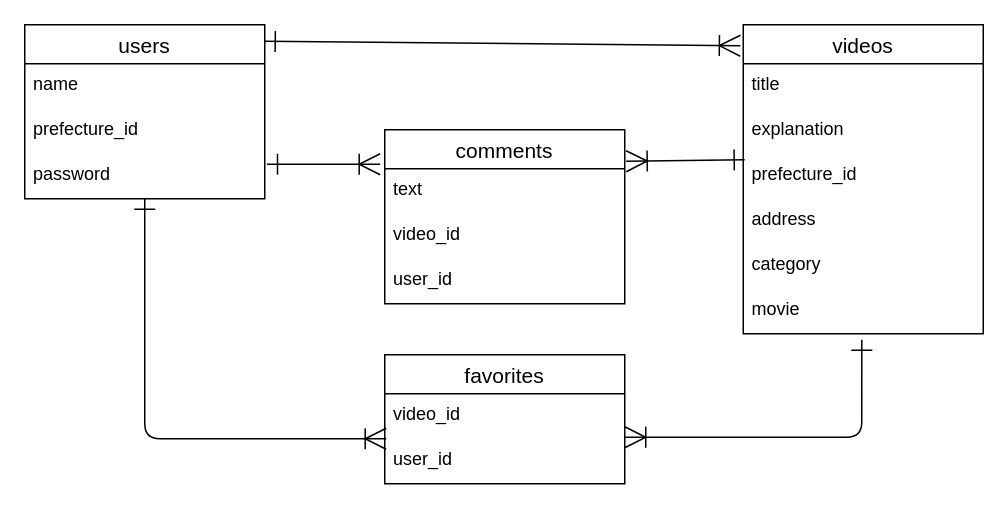
Above: er.dio in hm19890304/video-traveler (draw.io), before the change. Source tidied: cells renumbered, new cells numbered last; positions are measured from the earlier drawing's top-left corner, leaving out a move shared by most shapes. Both pictures are drawn from the tidied source at 150%, with x=0, y=0 at pixel (24, 24).
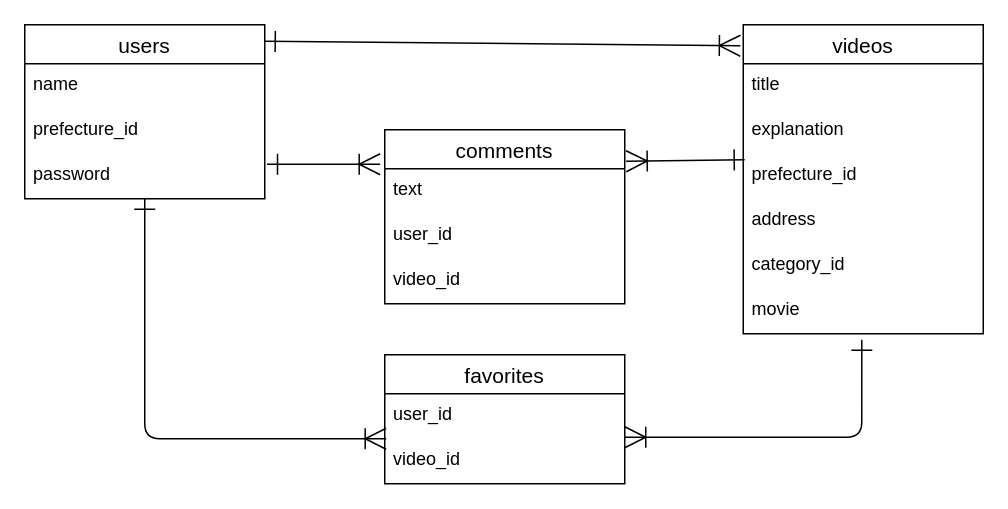
Above is the later version.

Unchanged cells that the change refers to:
```xml
<mxCell id="7" value="videos" style="swimlane;fontStyle=0;horizontal=1;startSize=26;align=center;fontSize=14;" parent="1" vertex="1">
  <mxGeometry x="479" width="160" height="206" as="geometry" />
</mxCell>
<mxCell id="14" value="comments" style="swimlane;fontStyle=0;horizontal=1;startSize=26;align=center;fontSize=14;" parent="1" vertex="1">
  <mxGeometry x="240" y="70" width="160" height="116" as="geometry" />
</mxCell>
<mxCell id="19" value="favorites" style="swimlane;fontStyle=0;horizontal=1;startSize=26;align=center;fontSize=14;" parent="1" vertex="1">
  <mxGeometry x="240" y="220" width="160" height="86" as="geometry" />
</mxCell>
```

Diff of the diagram source:
```diff
@@
-    <mxCell id="12" value="category" style="text;strokeColor=none;fillColor=none;spacingLeft=4;spacingRight=4;overflow=hidden;fontSize=12;" parent="7" vertex="1">
+    <mxCell id="12" value="category_id" style="text;strokeColor=none;fillColor=none;spacingLeft=4;spacingRight=4;overflow=hidden;fontSize=12;" parent="7" vertex="1">
       <mxGeometry y="146" width="160" height="30" as="geometry" />
     </mxCell>
@@
-    <mxCell id="17" value="video_id" style="text;strokeColor=none;fillColor=none;spacingLeft=4;spacingRight=4;overflow=hidden;fontSize=12;" parent="14" vertex="1">
+    <mxCell id="17" value="user_id" style="text;strokeColor=none;fillColor=none;spacingLeft=4;spacingRight=4;overflow=hidden;fontSize=12;" parent="14" vertex="1">
       <mxGeometry y="56" width="160" height="30" as="geometry" />
     </mxCell>
-    <mxCell id="18" value="user_id" style="text;strokeColor=none;fillColor=none;spacingLeft=4;spacingRight=4;overflow=hidden;fontSize=12;" parent="14" vertex="1">
+    <mxCell id="18" value="video_id" style="text;strokeColor=none;fillColor=none;spacingLeft=4;spacingRight=4;overflow=hidden;fontSize=12;" parent="14" vertex="1">
       <mxGeometry y="86" width="160" height="30" as="geometry" />
     </mxCell>
@@
-    <mxCell id="20" value="video_id" style="text;strokeColor=none;fillColor=none;spacingLeft=4;spacingRight=4;overflow=hidden;fontSize=12;" parent="19" vertex="1">
+    <mxCell id="20" value="user_id" style="text;strokeColor=none;fillColor=none;spacingLeft=4;spacingRight=4;overflow=hidden;fontSize=12;" parent="19" vertex="1">
       <mxGeometry y="26" width="160" height="30" as="geometry" />
     </mxCell>
-    <mxCell id="21" value="user_id" style="text;strokeColor=none;fillColor=none;spacingLeft=4;spacingRight=4;overflow=hidden;points=[[0,0.5],[1,0.5]];portConstraint=eastwest;fontSize=12;" parent="19" vertex="1">
+    <mxCell id="21" value="video_id" style="text;strokeColor=none;fillColor=none;spacingLeft=4;spacingRight=4;overflow=hidden;points=[[0,0.5],[1,0.5]];portConstraint=eastwest;fontSize=12;" parent="19" vertex="1">
       <mxGeometry y="56" width="160" height="30" as="geometry" />
     </mxCell>
```
